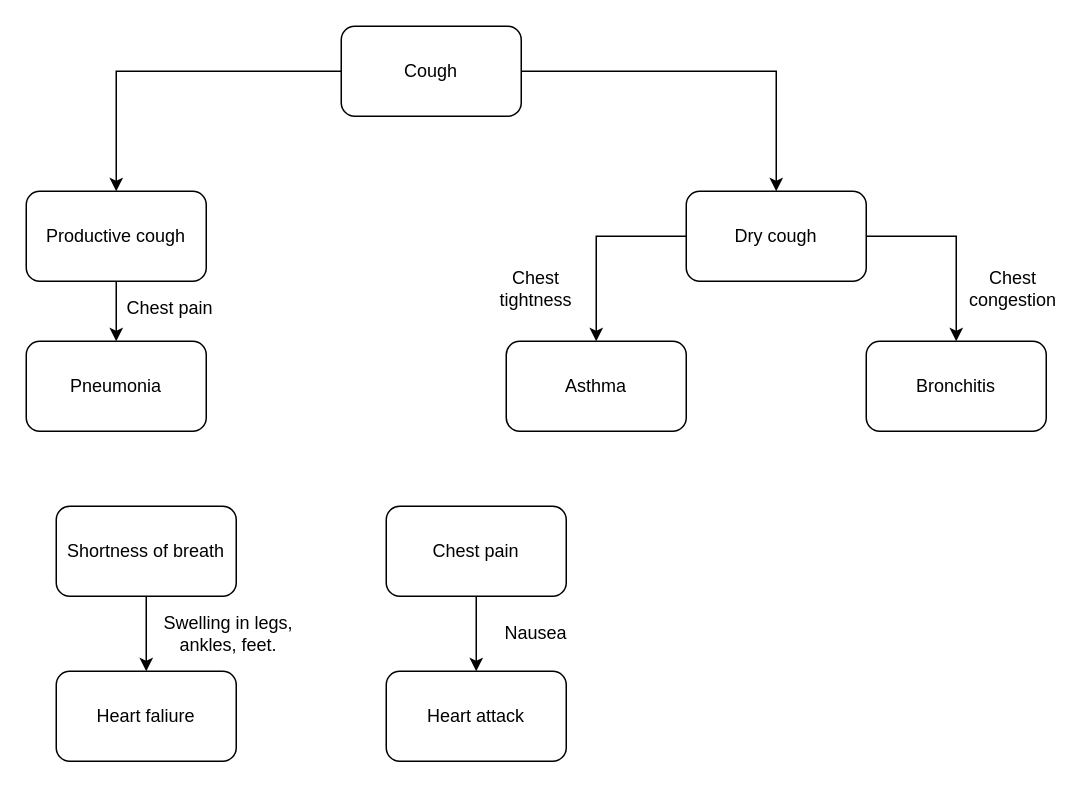
This is page "Page-2" (2 of 2) of Flowcharts/Microbiology/Disease flowchart - Microbiology.drawio from AtishayCoder/Makeathon-2024-Server, a draw.io file, before an edit. Source tidied: cells renumbered, new cells numbered last; positions are measured from the earlier drawing's top-left corner, leaving out a move shared by most shapes. Both pictures are drawn from the tidied source at 150%, with x=0, y=0 at pixel (26, 26).
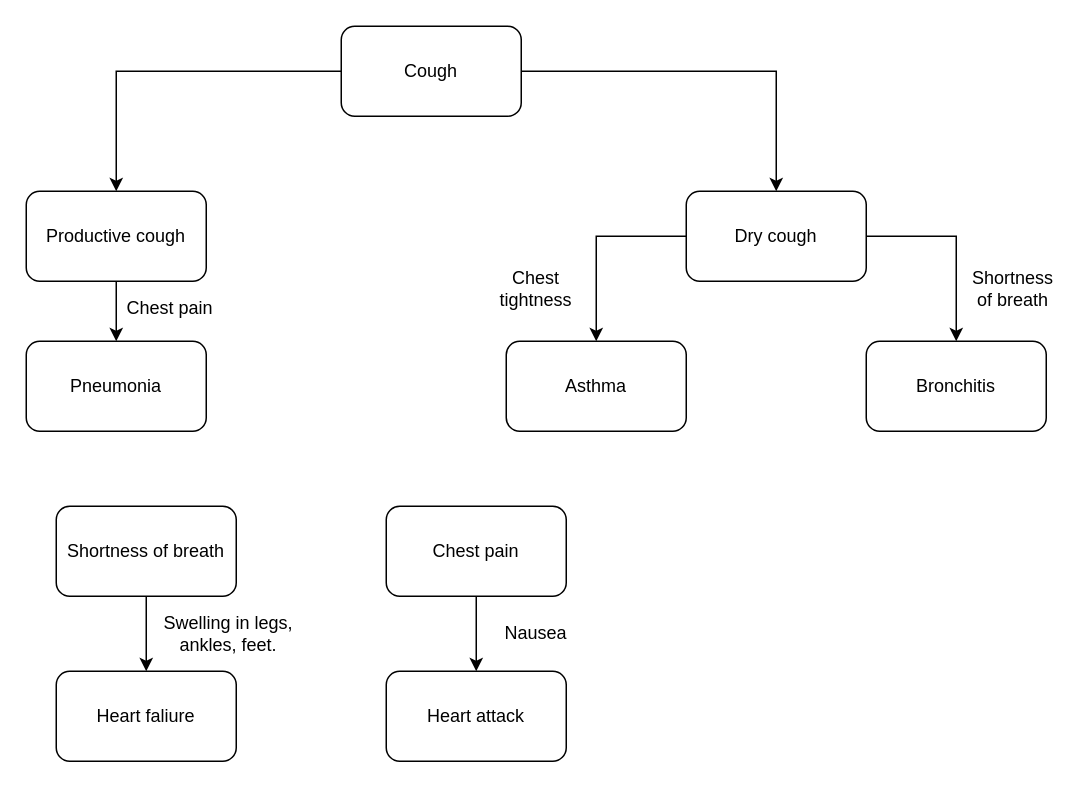
After the change.

Commit message (it also covers changes not shown here):
Added asthma and bronchitis checks.

Diff of the diagram source:
```diff
@@
-    <mxCell id="15" value="Chest congestion" style="text;html=1;align=center;verticalAlign=middle;whiteSpace=wrap;rounded=0;" parent="1" vertex="1">
+    <mxCell id="15" value="Shortness of breath" style="text;html=1;align=center;verticalAlign=middle;whiteSpace=wrap;rounded=0;" parent="1" vertex="1">
       <mxGeometry x="628" y="160" width="60" height="30" as="geometry" />
     </mxCell>
```
